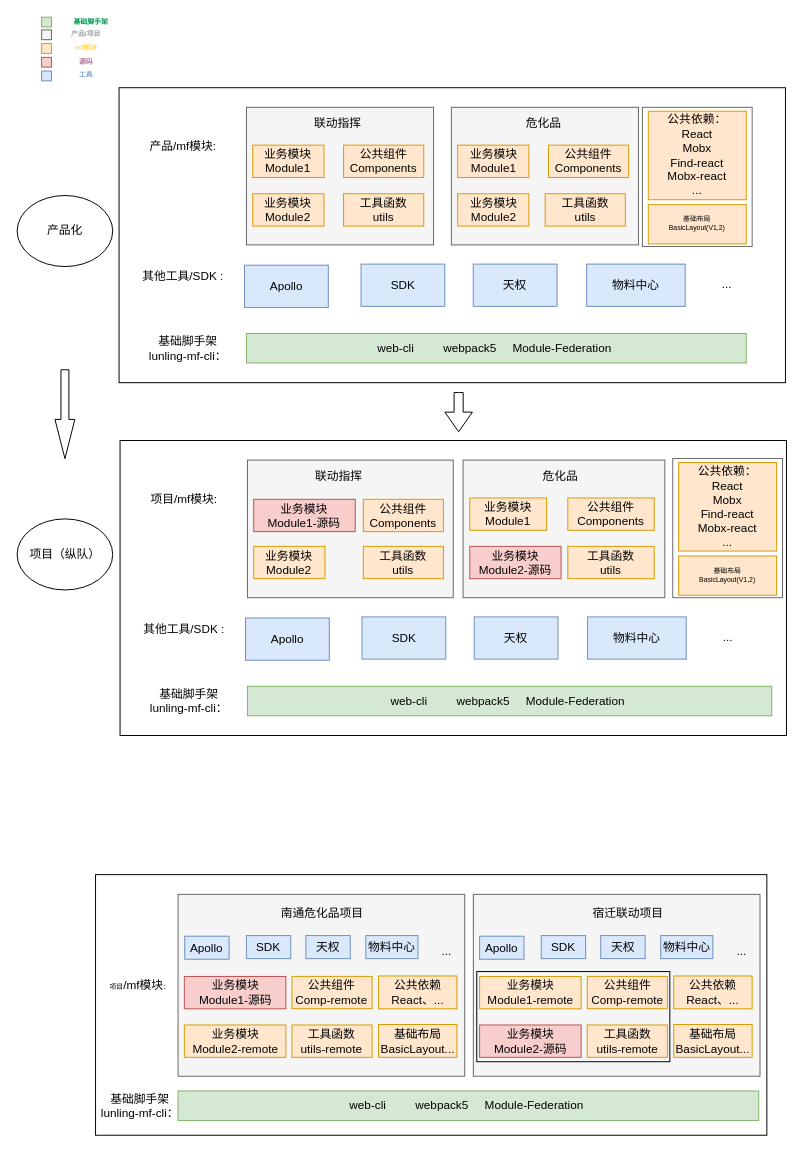
Liquan-gdut/diagrams-graph keeps this draw.io diagram as 模块联邦-架构图.drawio. Above is the earlier version. Source tidied: cells renumbered, new cells numbered last; positions are measured from the earlier drawing's top-left corner, leaving out a move shared by most shapes. Both pictures are drawn from the tidied source at 98%, with x=0, y=0 at pixel (17, 17).
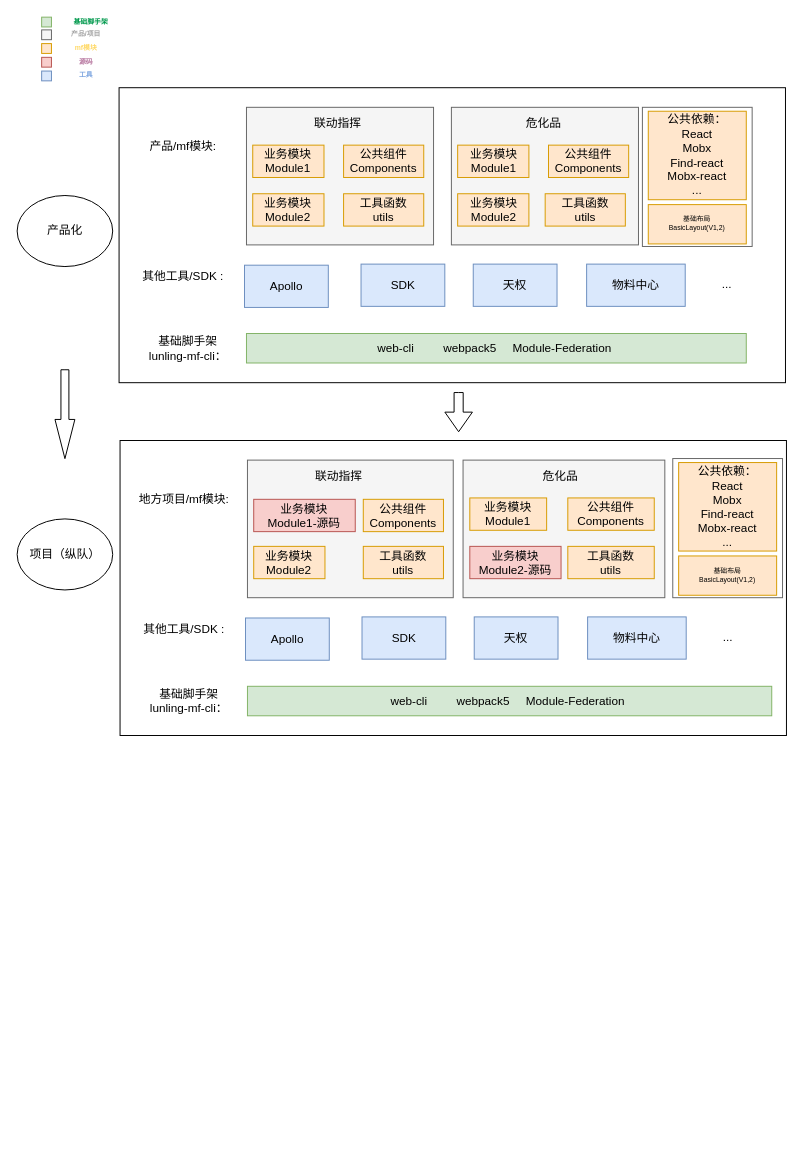
The same diagram, later.

Commit message:
更新模块联邦-架构图.drawio

What changed in the source:
```diff
@@
-    <mxCell id="18" style="rounded=0;whiteSpace=wrap;html=1;fontSize=7;fillColor=none;" parent="1" vertex="1">
-      <mxGeometry x="80" y="875" width="685" height="265.9" as="geometry" />
-    </mxCell>
@@
-    <mxCell id="38" value="web-cli&amp;nbsp; &amp;nbsp; &amp;nbsp; &amp;nbsp; &amp;nbsp;webpack5&amp;nbsp; &amp;nbsp; &amp;nbsp;Module-Federation&amp;nbsp;" style="rounded=0;whiteSpace=wrap;html=1;fillColor=#d5e8d4;strokeColor=#82b366;" parent="1" vertex="1">
-      <mxGeometry x="164.2" y="1095.7" width="592.5" height="30.1" as="geometry" />
-    </mxCell>
-    <mxCell id="39" value="基础脚手架&lt;br&gt;lunling-mf-cli：" style="text;html=1;align=center;verticalAlign=middle;strokeColor=none;fillColor=none;" parent="1" vertex="1">
-      <mxGeometry x="80" y="1095.7" width="90" height="30" as="geometry" />
-    </mxCell>
-    <mxCell id="40" style="rounded=0;whiteSpace=wrap;html=1;fillColor=#f5f5f5;fontColor=#333333;strokeColor=#666666;" parent="1" vertex="1">
-      <mxGeometry x="164.2" y="895.1" width="292.5" height="185.6" as="geometry" />
-    </mxCell>
-    <mxCell id="41" value="业务模块&lt;br&gt;Module1-源码" style="rounded=0;whiteSpace=wrap;html=1;fillColor=#f8cecc;strokeColor=#b85450;" parent="1" vertex="1">
-      <mxGeometry x="170.6" y="978.9" width="103.6" height="33" as="geometry" />
-    </mxCell>
-    <mxCell id="42" value="公共组件&lt;br&gt;Comp-remote" style="rounded=0;whiteSpace=wrap;html=1;fillColor=#ffe6cc;strokeColor=#d79b00;" parent="1" vertex="1">
-      <mxGeometry x="280.4" y="978.8" width="81.8" height="33" as="geometry" />
-    </mxCell>
-    <mxCell id="43" value="工具函数&lt;br&gt;utils-remote" style="rounded=0;whiteSpace=wrap;html=1;fillColor=#ffe6cc;strokeColor=#d79b00;" parent="1" vertex="1">
-      <mxGeometry x="280.4" y="1028.4" width="81.8" height="33" as="geometry" />
-    </mxCell>
-    <mxCell id="44" value="南通危化品项目" style="text;html=1;align=center;verticalAlign=middle;strokeColor=none;fillColor=none;" parent="1" vertex="1">
-      <mxGeometry x="260.5" y="905.1" width="100" height="20" as="geometry" />
-    </mxCell>
-    <mxCell id="45" value="业务模块&lt;br&gt;Module2-remote" style="rounded=0;whiteSpace=wrap;html=1;fillColor=#ffe6cc;strokeColor=#d79b00;" parent="1" vertex="1">
-      <mxGeometry x="170.6" y="1028.4" width="103.6" height="33" as="geometry" />
-    </mxCell>
-    <mxCell id="46" value="公共依赖&lt;br&gt;React、..." style="rounded=0;whiteSpace=wrap;html=1;fillColor=#ffe6cc;strokeColor=#d79b00;" parent="1" vertex="1">
-      <mxGeometry x="368.8" y="978.4" width="80" height="33.5" as="geometry" />
-    </mxCell>
-    <mxCell id="47" value="基础布局&lt;br&gt;BasicLayout..." style="rounded=0;whiteSpace=wrap;html=1;fillColor=#ffe6cc;strokeColor=#d79b00;" parent="1" vertex="1">
-      <mxGeometry x="368.8" y="1027.9" width="80" height="33.5" as="geometry" />
-    </mxCell>
-    <mxCell id="48" style="rounded=0;whiteSpace=wrap;html=1;fillColor=#f5f5f5;fontColor=#333333;strokeColor=#666666;" parent="1" vertex="1">
-      <mxGeometry x="465.5" y="895.1" width="292.5" height="185.6" as="geometry" />
-    </mxCell>
-    <mxCell id="49" value="业务模块&lt;br&gt;Module1-remote" style="rounded=0;whiteSpace=wrap;html=1;fillColor=#ffe6cc;strokeColor=#d79b00;" parent="1" vertex="1">
-      <mxGeometry x="471.9" y="978.9" width="103.6" height="33" as="geometry" />
-    </mxCell>
-    <mxCell id="50" value="公共组件&lt;br&gt;Comp-remote" style="rounded=0;whiteSpace=wrap;html=1;fillColor=#ffe6cc;strokeColor=#d79b00;" parent="1" vertex="1">
-      <mxGeometry x="581.7" y="978.8" width="81.8" height="33" as="geometry" />
-    </mxCell>
-    <mxCell id="51" value="工具函数&lt;br&gt;utils-remote" style="rounded=0;whiteSpace=wrap;html=1;fillColor=#ffe6cc;strokeColor=#d79b00;" parent="1" vertex="1">
-      <mxGeometry x="581.7" y="1028.4" width="81.8" height="33" as="geometry" />
-    </mxCell>
-    <mxCell id="52" value="宿迁联动项目" style="text;html=1;align=center;verticalAlign=middle;strokeColor=none;fillColor=none;" parent="1" vertex="1">
-      <mxGeometry x="577.6" y="905.1" width="90" height="20" as="geometry" />
-    </mxCell>
-    <mxCell id="53" value="业务模块&lt;br&gt;Module2-源码" style="rounded=0;whiteSpace=wrap;html=1;fillColor=#f8cecc;strokeColor=#b85450;" parent="1" vertex="1">
-      <mxGeometry x="471.9" y="1028.4" width="103.6" height="33" as="geometry" />
-    </mxCell>
-    <mxCell id="54" value="公共依赖&lt;br&gt;React、..." style="rounded=0;whiteSpace=wrap;html=1;fillColor=#ffe6cc;strokeColor=#d79b00;" parent="1" vertex="1">
-      <mxGeometry x="670" y="978.4" width="80" height="33.5" as="geometry" />
-    </mxCell>
-    <mxCell id="55" value="基础布局&lt;br&gt;BasicLayout..." style="rounded=0;whiteSpace=wrap;html=1;fillColor=#ffe6cc;strokeColor=#d79b00;" parent="1" vertex="1">
-      <mxGeometry x="670" y="1027.9" width="80" height="33.5" as="geometry" />
-    </mxCell>
-    <mxCell id="56" value="&lt;span style=&quot;font-size: 7px&quot;&gt;项目&lt;/span&gt;&lt;span style=&quot;font-size: 12px&quot;&gt;/mf模块&lt;/span&gt;：" style="text;html=1;align=center;verticalAlign=middle;strokeColor=none;fillColor=none;fontSize=7;" parent="1" vertex="1">
-      <mxGeometry x="80" y="982.8" width="90" height="10" as="geometry" />
-    </mxCell>
@@
-    <mxCell id="64" style="group;" parent="1" vertex="1">
-      <mxGeometry x="171" y="937.2" width="270" height="24.1" as="geometry" />
-    </mxCell>
-    <mxCell id="65" value="物料中心" style="rounded=0;whiteSpace=wrap;html=1;fillColor=#dae8fc;strokeColor=#6c8ebf;" parent="64" vertex="1">
-      <mxGeometry x="184.8" width="53.2" height="23.5" as="geometry" />
-    </mxCell>
-    <mxCell id="66" value="SDK" style="rounded=0;whiteSpace=wrap;html=1;fillColor=#dae8fc;strokeColor=#6c8ebf;" parent="64" vertex="1">
-      <mxGeometry x="62.9" width="45.3" height="23.5" as="geometry" />
-    </mxCell>
-    <mxCell id="67" value="..." style="text;html=1;align=center;verticalAlign=middle;strokeColor=none;fillColor=none;" parent="64" vertex="1">
-      <mxGeometry x="252.3" y="5.9" width="30" height="20" as="geometry" />
-    </mxCell>
-    <mxCell id="68" value="天权" style="rounded=0;whiteSpace=wrap;html=1;fillColor=#dae8fc;strokeColor=#6c8ebf;" parent="64" vertex="1">
-      <mxGeometry x="123.6" width="45.3" height="23.5" as="geometry" />
-    </mxCell>
-    <mxCell id="69" value="Apollo" style="rounded=0;whiteSpace=wrap;html=1;fillColor=#dae8fc;strokeColor=#6c8ebf;" parent="64" vertex="1">
-      <mxGeometry y="0.6" width="45.3" height="23.5" as="geometry" />
-    </mxCell>
-    <mxCell id="70" style="group;" parent="1" vertex="1">
-      <mxGeometry x="471.9" y="937.2" width="270" height="24.1" as="geometry" />
-    </mxCell>
-    <mxCell id="71" value="物料中心" style="rounded=0;whiteSpace=wrap;html=1;fillColor=#dae8fc;strokeColor=#6c8ebf;" parent="70" vertex="1">
-      <mxGeometry x="184.8" width="53.2" height="23.5" as="geometry" />
-    </mxCell>
-    <mxCell id="72" value="SDK" style="rounded=0;whiteSpace=wrap;html=1;fillColor=#dae8fc;strokeColor=#6c8ebf;" parent="70" vertex="1">
-      <mxGeometry x="62.9" width="45.3" height="23.5" as="geometry" />
-    </mxCell>
-    <mxCell id="73" value="..." style="text;html=1;align=center;verticalAlign=middle;strokeColor=none;fillColor=none;" parent="70" vertex="1">
-      <mxGeometry x="252.3" y="5.9" width="30" height="20" as="geometry" />
-    </mxCell>
-    <mxCell id="74" value="天权" style="rounded=0;whiteSpace=wrap;html=1;fillColor=#dae8fc;strokeColor=#6c8ebf;" parent="70" vertex="1">
-      <mxGeometry x="123.6" width="45.3" height="23.5" as="geometry" />
-    </mxCell>
-    <mxCell id="75" value="Apollo" style="rounded=0;whiteSpace=wrap;html=1;fillColor=#dae8fc;strokeColor=#6c8ebf;" parent="70" vertex="1">
-      <mxGeometry y="0.6" width="45.3" height="23.5" as="geometry" />
-    </mxCell>
-    <mxCell id="76" style="rounded=0;whiteSpace=wrap;html=1;fontSize=7;fillColor=none;" parent="1" vertex="1">
-      <mxGeometry x="469" y="973.9" width="197" height="92" as="geometry" />
-    </mxCell>
@@
-    <mxCell id="80" value="项目/mf模块:" style="text;html=1;align=center;verticalAlign=middle;strokeColor=none;fillColor=none;" parent="1" vertex="1">
-      <mxGeometry x="130" y="482.1" width="80" height="20" as="geometry" />
+    <mxCell id="80" value="地方项目/mf模块:" style="text;html=1;align=center;verticalAlign=middle;strokeColor=none;fillColor=none;" parent="1" vertex="1">
+      <mxGeometry x="115" y="482.1" width="110" height="20" as="geometry" />
     </mxCell>
```
